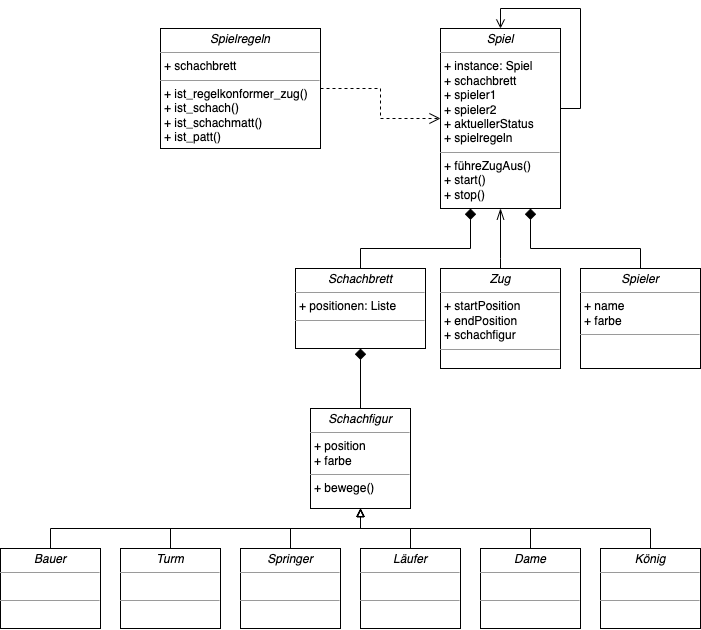
Before: Schach_UML.png, a diagram exported from draw.io (tobiasknode/chess). Source tidied: cells renumbered, new cells last; positions are measured from the earlier drawing's top-left corner, leaving out a move shared by most shapes.
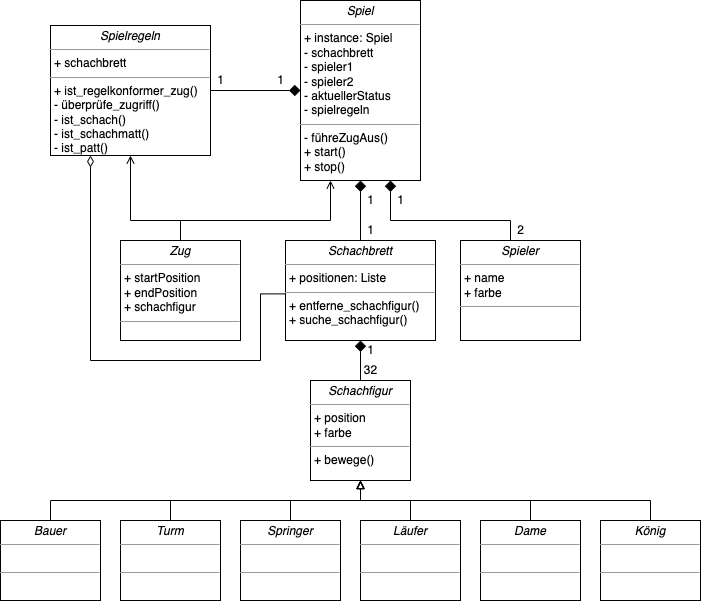
Above is the later version.

Commit message:
CHORE: Updated UML diagram

Change to the diagram source:
```diff
@@ -2,14 +2,14 @@
   <root>
     <mxCell id="0" />
     <mxCell id="1" parent="0" />
-    <mxCell id="2" style="edgeStyle=orthogonalEdgeStyle;rounded=0;jettySize=auto;html=1;endArrow=open;endFill=0;endSize=9;dashed=1;" parent="1" edge="1" source="3" target="4">
+    <mxCell id="2" style="edgeStyle=orthogonalEdgeStyle;rounded=0;jettySize=auto;html=1;endArrow=diamond;endFill=1;endSize=9;" parent="1" edge="1" source="3" target="4">
       <mxGeometry relative="1" as="geometry" />
     </mxCell>
-    <mxCell id="3" value="&lt;p style=&quot;margin:0px;margin-top:4px;text-align:center;&quot;&gt;&lt;i&gt;Spielregeln&lt;/i&gt;&lt;/p&gt;&lt;hr size=&quot;1&quot;&gt;&lt;p style=&quot;margin:0px;margin-left:4px;&quot;&gt;+ schachbrett&lt;/p&gt;&lt;hr size=&quot;1&quot;&gt;&lt;p style=&quot;margin:0px;margin-left:4px;&quot;&gt;+ ist_regelkonformer_zug()&lt;br&gt;+ ist_schach()&lt;/p&gt;&lt;p style=&quot;margin:0px;margin-left:4px;&quot;&gt;+ ist_schachmatt()&lt;/p&gt;&lt;p style=&quot;margin:0px;margin-left:4px;&quot;&gt;+ ist_patt()&lt;/p&gt;" style="verticalAlign=top;align=left;overflow=fill;fontSize=12;fontFamily=Helvetica;html=1;rounded=0;shadow=0;comic=0;labelBackgroundColor=none;strokeWidth=1;" parent="1" vertex="1">
-      <mxGeometry x="160" y="20" width="160" height="120" as="geometry" />
+    <mxCell id="3" value="&lt;p style=&quot;margin:0px;margin-top:4px;text-align:center;&quot;&gt;&lt;i&gt;Spielregeln&lt;/i&gt;&lt;/p&gt;&lt;hr size=&quot;1&quot;&gt;&lt;p style=&quot;margin:0px;margin-left:4px;&quot;&gt;+ schachbrett&lt;/p&gt;&lt;hr size=&quot;1&quot;&gt;&lt;p style=&quot;margin:0px;margin-left:4px;&quot;&gt;+ ist_regelkonformer_zug()&lt;/p&gt;&lt;p style=&quot;margin:0px;margin-left:4px;&quot;&gt;- überprüfe_zugriff()&lt;br&gt;- ist_schach()&lt;/p&gt;&lt;p style=&quot;margin:0px;margin-left:4px;&quot;&gt;- ist_schachmatt()&lt;/p&gt;&lt;p style=&quot;margin:0px;margin-left:4px;&quot;&gt;- ist_patt()&lt;/p&gt;" style="verticalAlign=top;align=left;overflow=fill;fontSize=12;fontFamily=Helvetica;html=1;rounded=0;shadow=0;comic=0;labelBackgroundColor=none;strokeWidth=1;" parent="1" vertex="1">
+      <mxGeometry x="50" y="45" width="160" height="130" as="geometry" />
     </mxCell>
-    <mxCell id="4" value="&lt;p style=&quot;margin:0px;margin-top:4px;text-align:center;&quot;&gt;&lt;i&gt;Spiel&lt;/i&gt;&lt;/p&gt;&lt;hr size=&quot;1&quot;&gt;&lt;p style=&quot;margin:0px;margin-left:4px;&quot;&gt;+ instance: Spiel&lt;/p&gt;&lt;p style=&quot;margin:0px;margin-left:4px;&quot;&gt;+ schachbrett&lt;/p&gt;&lt;p style=&quot;margin:0px;margin-left:4px;&quot;&gt;+ spieler1&lt;/p&gt;&lt;p style=&quot;margin:0px;margin-left:4px;&quot;&gt;+ spieler2&lt;/p&gt;&lt;p style=&quot;margin:0px;margin-left:4px;&quot;&gt;+ aktuellerStatus&lt;/p&gt;&lt;p style=&quot;margin:0px;margin-left:4px;&quot;&gt;+ spielregeln&lt;/p&gt;&lt;hr size=&quot;1&quot;&gt;&lt;p style=&quot;margin:0px;margin-left:4px;&quot;&gt;+ führeZugAus()&lt;br&gt;&lt;/p&gt;&lt;p style=&quot;margin:0px;margin-left:4px;&quot;&gt;+ start()&lt;/p&gt;&lt;p style=&quot;margin:0px;margin-left:4px;&quot;&gt;+ stop()&lt;/p&gt;" style="verticalAlign=top;align=left;overflow=fill;fontSize=12;fontFamily=Helvetica;html=1;rounded=0;shadow=0;comic=0;labelBackgroundColor=none;strokeWidth=1;" parent="1" vertex="1">
-      <mxGeometry x="440" y="20" width="120" height="180" as="geometry" />
+    <mxCell id="4" value="&lt;p style=&quot;margin:0px;margin-top:4px;text-align:center;&quot;&gt;&lt;i&gt;Spiel&lt;/i&gt;&lt;/p&gt;&lt;hr size=&quot;1&quot;&gt;&lt;p style=&quot;margin:0px;margin-left:4px;&quot;&gt;+ instance: Spiel&lt;/p&gt;&lt;p style=&quot;margin:0px;margin-left:4px;&quot;&gt;- schachbrett&lt;/p&gt;&lt;p style=&quot;margin:0px;margin-left:4px;&quot;&gt;- spieler1&lt;/p&gt;&lt;p style=&quot;margin:0px;margin-left:4px;&quot;&gt;- spieler2&lt;/p&gt;&lt;p style=&quot;margin:0px;margin-left:4px;&quot;&gt;- aktuellerStatus&lt;/p&gt;&lt;p style=&quot;margin:0px;margin-left:4px;&quot;&gt;- spielregeln&lt;/p&gt;&lt;hr size=&quot;1&quot;&gt;&lt;p style=&quot;margin:0px;margin-left:4px;&quot;&gt;- führeZugAus()&lt;br&gt;&lt;/p&gt;&lt;p style=&quot;margin:0px;margin-left:4px;&quot;&gt;+ start()&lt;/p&gt;&lt;p style=&quot;margin:0px;margin-left:4px;&quot;&gt;+ stop()&lt;/p&gt;" style="verticalAlign=top;align=left;overflow=fill;fontSize=12;fontFamily=Helvetica;html=1;rounded=0;shadow=0;comic=0;labelBackgroundColor=none;strokeWidth=1;" parent="1" vertex="1">
+      <mxGeometry x="300" y="20" width="120" height="180" as="geometry" />
     </mxCell>
     <mxCell id="5" style="edgeStyle=orthogonalEdgeStyle;rounded=0;jettySize=auto;html=1;entryX=0.5;entryY=1;entryDx=0;entryDy=0;endArrow=diamond;endFill=1;endSize=9;" parent="1" edge="1" source="6" target="20">
       <mxGeometry relative="1" as="geometry" />
@@ -85,45 +85,76 @@
     <mxCell id="19" style="edgeStyle=orthogonalEdgeStyle;rounded=0;jettySize=auto;html=1;endArrow=diamond;endFill=1;endSize=9;" parent="1" edge="1" source="20" target="4">
       <mxGeometry relative="1" as="geometry">
         <Array as="points">
-          <mxPoint x="360" y="240" />
-          <mxPoint x="470" y="240" />
+          <mxPoint x="360" y="190" />
+          <mxPoint x="360" y="190" />
         </Array>
       </mxGeometry>
     </mxCell>
+    <mxCell id="26" style="edgeStyle=orthogonalEdgeStyle;rounded=0;jettySize=auto;html=1;entryX=0.25;entryY=1;entryDx=0;entryDy=0;endArrow=diamondThin;endFill=0;exitX=-0.001;exitY=0.534;exitDx=0;exitDy=0;exitPerimeter=0;endSize=9;startSize=6;" parent="1" edge="1" source="20" target="3">
+      <mxGeometry relative="1" as="geometry">
+        <Array as="points">
+          <mxPoint x="260" y="313" />
+          <mxPoint x="260" y="380" />
+          <mxPoint x="90" y="380" />
+        </Array>
+      </mxGeometry>
+    </mxCell>
-    <mxCell id="20" value="&lt;p style=&quot;margin:0px;margin-top:4px;text-align:center;&quot;&gt;&lt;i&gt;Schachbrett&lt;/i&gt;&lt;/p&gt;&lt;hr size=&quot;1&quot;&gt;&lt;p style=&quot;margin:0px;margin-left:4px;&quot;&gt;+ positionen: Liste&lt;/p&gt;&lt;hr size=&quot;1&quot;&gt;&lt;p style=&quot;margin:0px;margin-left:4px;&quot;&gt;&lt;br&gt;&lt;/p&gt;" style="verticalAlign=top;align=left;overflow=fill;fontSize=12;fontFamily=Helvetica;html=1;rounded=0;shadow=0;comic=0;labelBackgroundColor=none;strokeWidth=1;" parent="1" vertex="1">
-      <mxGeometry x="295" y="260" width="130" height="80" as="geometry" />
+    <mxCell id="20" value="&lt;p style=&quot;margin:0px;margin-top:4px;text-align:center;&quot;&gt;&lt;i&gt;Schachbrett&lt;/i&gt;&lt;/p&gt;&lt;hr size=&quot;1&quot;&gt;&lt;p style=&quot;margin:0px;margin-left:4px;&quot;&gt;+ positionen: Liste&lt;/p&gt;&lt;hr size=&quot;1&quot;&gt;&lt;p style=&quot;margin:0px;margin-left:4px;&quot;&gt;+ entferne_schachfigur()&lt;/p&gt;&lt;p style=&quot;margin:0px;margin-left:4px;&quot;&gt;+ suche_schachfigur()&lt;/p&gt;" style="verticalAlign=top;align=left;overflow=fill;fontSize=12;fontFamily=Helvetica;html=1;rounded=0;shadow=0;comic=0;labelBackgroundColor=none;strokeWidth=1;" parent="1" vertex="1">
+      <mxGeometry x="285" y="260" width="150" height="100" as="geometry" />
     </mxCell>
-    <mxCell id="21" style="edgeStyle=orthogonalEdgeStyle;rounded=0;jettySize=auto;html=1;entryX=0.5;entryY=1;entryDx=0;entryDy=0;endArrow=openThin;endFill=0;endSize=9;" parent="1" edge="1" source="22" target="4">
+    <mxCell id="21" style="edgeStyle=orthogonalEdgeStyle;rounded=0;jettySize=auto;html=1;entryX=0.25;entryY=1;entryDx=0;entryDy=0;endArrow=open;endFill=0;" parent="1" edge="1" source="22" target="4">
       <mxGeometry relative="1" as="geometry">
         <Array as="points">
-          <mxPoint x="500" y="250" />
-          <mxPoint x="500" y="250" />
+          <mxPoint x="180" y="240" />
+          <mxPoint x="330" y="240" />
         </Array>
       </mxGeometry>
     </mxCell>
+    <mxCell id="27" style="edgeStyle=orthogonalEdgeStyle;rounded=0;jettySize=auto;html=1;entryX=0.5;entryY=1;entryDx=0;entryDy=0;endArrow=open;endFill=0;" parent="1" edge="1" source="22" target="3">
+      <mxGeometry relative="1" as="geometry">
+        <Array as="points">
+          <mxPoint x="180" y="240" />
+          <mxPoint x="130" y="240" />
+        </Array>
+      </mxGeometry>
+    </mxCell>
     <mxCell id="22" value="&lt;p style=&quot;margin:0px;margin-top:4px;text-align:center;&quot;&gt;&lt;i&gt;Zug&lt;/i&gt;&lt;/p&gt;&lt;hr size=&quot;1&quot;&gt;&lt;p style=&quot;margin:0px;margin-left:4px;&quot;&gt;+ startPosition&amp;nbsp;&lt;/p&gt;&lt;p style=&quot;margin:0px;margin-left:4px;&quot;&gt;+ endPosition&amp;nbsp;&lt;/p&gt;&lt;p style=&quot;margin:0px;margin-left:4px;&quot;&gt;+ schachfigur&lt;/p&gt;&lt;hr size=&quot;1&quot;&gt;&lt;p style=&quot;margin:0px;margin-left:4px;&quot;&gt;&lt;br&gt;&lt;/p&gt;" style="verticalAlign=top;align=left;overflow=fill;fontSize=12;fontFamily=Helvetica;html=1;rounded=0;shadow=0;comic=0;labelBackgroundColor=none;strokeWidth=1;" parent="1" vertex="1">
-      <mxGeometry x="440" y="260" width="120" height="100" as="geometry" />
+      <mxGeometry x="120" y="260" width="120" height="100" as="geometry" />
     </mxCell>
-    <mxCell id="23" style="endArrow=open;endFill=0;endSize=7;html=1;rounded=0;entryX=0.5;entryY=0;entryDx=0;entryDy=0;" parent="1" edge="1" target="4">
-      <mxGeometry relative="1" as="geometry">
-        <mxPoint x="560" y="100" as="sourcePoint" />
-        <Array as="points">
-          <mxPoint x="580" y="100" />
-          <mxPoint x="580" />
-          <mxPoint x="500" />
-        </Array>
-      </mxGeometry>
-    </mxCell>
     <mxCell id="24" style="edgeStyle=orthogonalEdgeStyle;rounded=0;jettySize=auto;html=1;entryX=0.75;entryY=1;entryDx=0;entryDy=0;endArrow=diamond;endFill=1;endSize=9;" parent="1" edge="1" source="25" target="4">
       <mxGeometry relative="1" as="geometry">
         <Array as="points">
-          <mxPoint x="640" y="240" />
-          <mxPoint x="530" y="240" />
+          <mxPoint x="510" y="240" />
+          <mxPoint x="390" y="240" />
         </Array>
       </mxGeometry>
     </mxCell>
     <mxCell id="25" value="&lt;p style=&quot;margin:0px;margin-top:4px;text-align:center;&quot;&gt;&lt;i&gt;Spieler&lt;/i&gt;&lt;/p&gt;&lt;hr size=&quot;1&quot;&gt;&lt;p style=&quot;margin:0px;margin-left:4px;&quot;&gt;+ name&amp;nbsp;&lt;/p&gt;&lt;p style=&quot;margin:0px;margin-left:4px;&quot;&gt;+ farbe&lt;/p&gt;&lt;hr size=&quot;1&quot;&gt;&lt;p style=&quot;margin:0px;margin-left:4px;&quot;&gt;&lt;br&gt;&lt;/p&gt;" style="verticalAlign=top;align=left;overflow=fill;fontSize=12;fontFamily=Helvetica;html=1;rounded=0;shadow=0;comic=0;labelBackgroundColor=none;strokeWidth=1;" parent="1" vertex="1">
-      <mxGeometry x="580" y="260" width="120" height="100" as="geometry" />
+      <mxGeometry x="460" y="260" width="120" height="100" as="geometry" />
     </mxCell>
+    <mxCell id="28" value="1" style="text;html=1;align=center;verticalAlign=middle;strokeColor=none;fillColor=none;" parent="1" vertex="1">
+      <mxGeometry x="390" y="210" width="20" height="20" as="geometry" />
+    </mxCell>
+    <mxCell id="29" value="2" style="text;html=1;align=center;verticalAlign=middle;strokeColor=none;fillColor=none;" parent="1" vertex="1">
+      <mxGeometry x="510" y="240" width="20" height="20" as="geometry" />
+    </mxCell>
+    <mxCell id="30" value="1" style="text;html=1;align=center;verticalAlign=middle;strokeColor=none;fillColor=none;" parent="1" vertex="1">
+      <mxGeometry x="360" y="210" width="20" height="20" as="geometry" />
+    </mxCell>
+    <mxCell id="31" value="1" style="text;html=1;align=center;verticalAlign=middle;strokeColor=none;fillColor=none;" parent="1" vertex="1">
+      <mxGeometry x="360" y="240" width="20" height="20" as="geometry" />
+    </mxCell>
+    <mxCell id="32" value="1" style="text;html=1;align=center;verticalAlign=middle;strokeColor=none;fillColor=none;" parent="1" vertex="1">
+      <mxGeometry x="360" y="360" width="20" height="20" as="geometry" />
+    </mxCell>
+    <mxCell id="33" value="32" style="text;html=1;align=center;verticalAlign=middle;strokeColor=none;fillColor=none;" parent="1" vertex="1">
+      <mxGeometry x="355" y="380" width="30" height="20" as="geometry" />
+    </mxCell>
+    <mxCell id="34" value="1" style="text;html=1;align=center;verticalAlign=middle;strokeColor=none;fillColor=none;" parent="1" vertex="1">
+      <mxGeometry x="270" y="90" width="20" height="20" as="geometry" />
+    </mxCell>
+    <mxCell id="35" value="1" style="text;html=1;align=center;verticalAlign=middle;strokeColor=none;fillColor=none;" parent="1" vertex="1">
+      <mxGeometry x="210" y="90" width="20" height="20" as="geometry" />
+    </mxCell>
   </root>
 </mxGraphModel>
```
